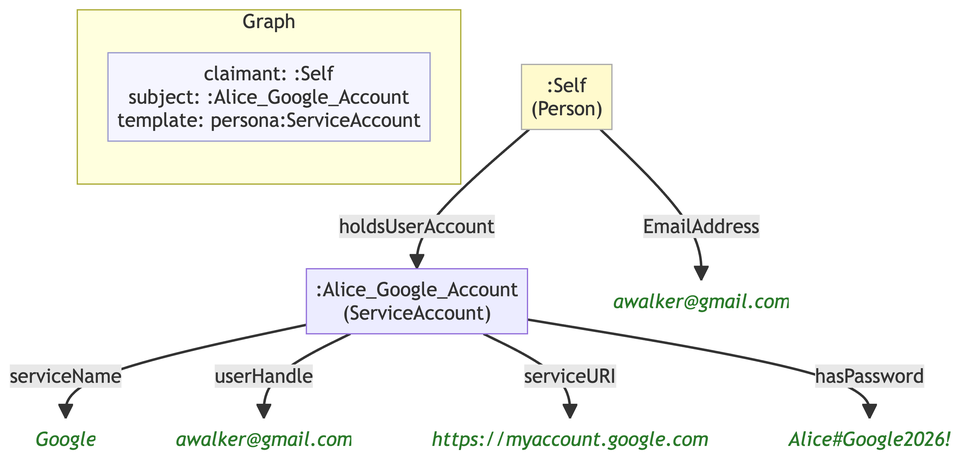
MeeFoundation/mia-ontologies keeps this Mermaid diagram as example/graphs/images/graph-73.png. Above is the earlier version. Its source is kept beside it as example/graphs/images/graph-73.mmd.
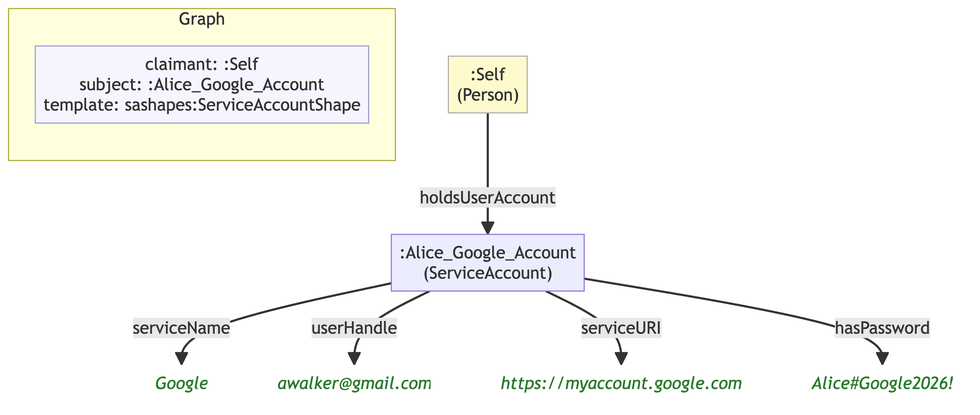
Later version of the same file.

What changed in the source:
```diff
@@ -6,20 +6,18 @@
 
     subgraph ctx["Graph"]
         direction LR
-        ctx_meta["claimant: :Self\nsubject: :Alice_Google_Account\ntemplate: persona:ServiceAccount"]:::meta
+        ctx_meta["claimant: :Self\nsubject: :Alice_Google_Account\ntemplate: sashapes:ServiceAccountShape"]:::meta
     end
 
     nb70624797640[":Alice_Google_Account\n(ServiceAccount)"]
     n0f068188a8fa("Google"):::lit
     nba6e63e440e9("awalker@gmail.com"):::lit
     n04ffdd1fe842("https://myaccount.google.com"):::lit
-    n669f5e81cce4("Alice#Google2026!"):::lit
+    nf76839aefb51("Alice#Google2026!"):::lit
     ne0c3ba92f1db[":Self\n(Person)"]:::person
-    nbc10014459fc("awalker@gmail.com"):::lit
 
     nb70624797640 -->|"serviceName"| n0f068188a8fa
     nb70624797640 -->|"userHandle"| nba6e63e440e9
     nb70624797640 -->|"serviceURI"| n04ffdd1fe842
-    nb70624797640 -->|"hasPassword"| n669f5e81cce4
-    ne0c3ba92f1db -->|"EmailAddress"| nbc10014459fc
+    nb70624797640 -->|"hasPassword"| nf76839aefb51
     ne0c3ba92f1db -->|"holdsUserAccount"| nb70624797640
```
